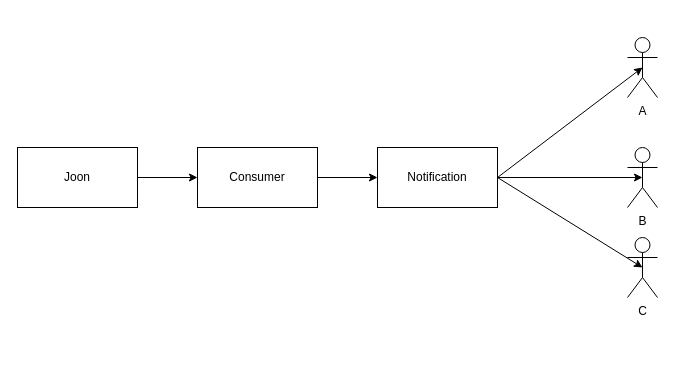
Above: Untitled Diagram.drawio in Duchieuctk41/learn_redis (draw.io), before the change. Source tidied: cells renumbered, new cells numbered last; positions are measured from the earlier drawing's top-left corner, leaving out a move shared by most shapes. Both pictures are drawn from the tidied source at 100%, with x=0, y=0 at pixel (17, 37).
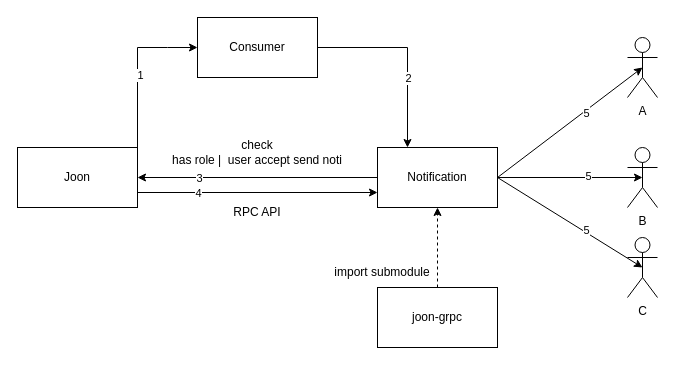
The same diagram, later.

Unchanged cells that the change refers to:
```xml
<mxCell id="4" value="Joon" style="rounded=0;whiteSpace=wrap;html=1;" parent="1" vertex="1">
  <mxGeometry y="110" width="120" height="60" as="geometry" />
</mxCell>
<mxCell id="5" value="Notification" style="rounded=0;whiteSpace=wrap;html=1;" parent="1" vertex="1">
  <mxGeometry x="360" y="110" width="120" height="60" as="geometry" />
</mxCell>
<mxCell id="10" style="endArrow=classic;html=1;rounded=0;exitX=1;exitY=0.5;exitDx=0;exitDy=0;entryX=0.5;entryY=0.5;entryDx=0;entryDy=0;entryPerimeter=0;" parent="1" edge="1" source="5" target="7">
  <mxGeometry relative="1" as="geometry" />
</mxCell>
<mxCell id="11" style="endArrow=classic;html=1;rounded=0;exitX=1;exitY=0.5;exitDx=0;exitDy=0;entryX=0.5;entryY=0.5;entryDx=0;entryDy=0;entryPerimeter=0;" parent="1" edge="1" source="5" target="8">
  <mxGeometry relative="1" as="geometry" />
</mxCell>
<mxCell id="12" style="endArrow=classic;html=1;rounded=0;exitX=1;exitY=0.5;exitDx=0;exitDy=0;entryX=0.5;entryY=0.5;entryDx=0;entryDy=0;entryPerimeter=0;" parent="1" edge="1" source="5" target="9">
  <mxGeometry relative="1" as="geometry" />
</mxCell>
```

Change to the diagram source:
```diff
@@
-    <mxCell id="2" style="edgeStyle=orthogonalEdgeStyle;rounded=0;jettySize=auto;html=1;entryX=0;entryY=0.5;entryDx=0;entryDy=0;" parent="1" edge="1" source="3" target="5">
+    <mxCell id="2" style="edgeStyle=orthogonalEdgeStyle;rounded=0;jettySize=auto;html=1;entryX=0.25;entryY=0;entryDx=0;entryDy=0;" parent="1" edge="1" source="3" target="5">
       <mxGeometry relative="1" as="geometry" />
     </mxCell>
+    <mxCell id="13" value="2" style="edgeLabel;html=1;align=center;verticalAlign=middle;" parent="2" vertex="1">
+      <mxGeometry y="-3" relative="1" as="geometry">
+        <mxPoint x="3" y="25" as="offset" />
+      </mxGeometry>
+    </mxCell>
     <mxCell id="3" value="Consumer" style="rounded=0;whiteSpace=wrap;html=1;" parent="1" vertex="1">
-      <mxGeometry x="180" y="110" width="120" height="60" as="geometry" />
+      <mxGeometry x="180" y="-20" width="120" height="60" as="geometry" />
     </mxCell>
+    <mxCell id="14" style="edgeStyle=orthogonalEdgeStyle;rounded=0;jettySize=auto;html=1;entryX=0;entryY=0.75;entryDx=0;entryDy=0;" parent="1" edge="1" source="4" target="5">
+      <mxGeometry relative="1" as="geometry">
+        <Array as="points">
+          <mxPoint x="180" y="155" />
+          <mxPoint x="180" y="155" />
+        </Array>
+      </mxGeometry>
+    </mxCell>
+    <mxCell id="15" value="4" style="edgeLabel;html=1;align=center;verticalAlign=middle;" parent="14" vertex="1">
+      <mxGeometry x="-0.24" relative="1" as="geometry">
+        <mxPoint x="-31" as="offset" />
+      </mxGeometry>
+    </mxCell>
@@
+    <mxCell id="16" style="edgeStyle=orthogonalEdgeStyle;rounded=0;jettySize=auto;html=1;entryX=1;entryY=0.5;entryDx=0;entryDy=0;" parent="1" edge="1" source="5" target="4">
+      <mxGeometry relative="1" as="geometry" />
+    </mxCell>
+    <mxCell id="17" value="3" style="edgeLabel;html=1;align=center;verticalAlign=middle;" parent="16" vertex="1">
+      <mxGeometry x="0.17" relative="1" as="geometry">
+        <mxPoint x="-39" as="offset" />
+      </mxGeometry>
+    </mxCell>
@@
-    <mxCell id="6" style="endArrow=classic;html=1;rounded=0;exitX=1;exitY=0.5;exitDx=0;exitDy=0;entryX=0;entryY=0.5;entryDx=0;entryDy=0;" parent="1" edge="1" source="4" target="3">
-      <mxGeometry relative="1" as="geometry" />
+    <mxCell id="6" style="endArrow=classic;html=1;rounded=0;exitX=1;exitY=0;exitDx=0;exitDy=0;entryX=0;entryY=0.5;entryDx=0;entryDy=0;" parent="1" edge="1" source="4" target="3">
+      <mxGeometry relative="1" as="geometry">
+        <Array as="points">
+          <mxPoint x="120" y="10" />
+          <mxPoint x="150" y="10" />
+        </Array>
+      </mxGeometry>
     </mxCell>
+    <mxCell id="18" value="1" style="edgeLabel;html=1;align=center;verticalAlign=middle;" parent="6" vertex="1">
+      <mxGeometry x="-0.09" y="-2" relative="1" as="geometry" />
+    </mxCell>
@@
+    <mxCell id="19" value="5" style="edgeLabel;html=1;align=center;verticalAlign=middle;" parent="10" vertex="1">
+      <mxGeometry x="0.2" y="-2" relative="1" as="geometry" />
+    </mxCell>
@@
+    <mxCell id="20" value="5" style="edgeLabel;html=1;align=center;verticalAlign=middle;" parent="11" vertex="1">
+      <mxGeometry x="0.24" y="2" relative="1" as="geometry" />
+    </mxCell>
@@
+    <mxCell id="21" value="5" style="edgeLabel;html=1;align=center;verticalAlign=middle;" parent="12" vertex="1">
+      <mxGeometry x="0.21" y="2" relative="1" as="geometry" />
+    </mxCell>
+    <mxCell id="22" value="check &lt;br&gt;has role |&amp;nbsp; user accept send noti" style="text;html=1;strokeColor=none;fillColor=none;align=center;verticalAlign=middle;whiteSpace=wrap;rounded=0;" parent="1" vertex="1">
+      <mxGeometry x="150" y="100" width="180" height="30" as="geometry" />
+    </mxCell>
+    <mxCell id="23" value="RPC API" style="text;html=1;strokeColor=none;fillColor=none;align=center;verticalAlign=middle;whiteSpace=wrap;rounded=0;" parent="1" vertex="1">
+      <mxGeometry x="150" y="160" width="180" height="30" as="geometry" />
+    </mxCell>
+    <mxCell id="24" style="edgeStyle=orthogonalEdgeStyle;rounded=0;jettySize=auto;html=1;entryX=0.5;entryY=1;entryDx=0;entryDy=0;dashed=1;" parent="1" edge="1" source="25" target="5">
+      <mxGeometry relative="1" as="geometry" />
+    </mxCell>
+    <mxCell id="25" value="joon-grpc" style="rounded=0;whiteSpace=wrap;html=1;" parent="1" vertex="1">
+      <mxGeometry x="360" y="250" width="120" height="60" as="geometry" />
+    </mxCell>
+    <mxCell id="26" value="import submodule" style="text;html=1;strokeColor=none;fillColor=none;align=center;verticalAlign=middle;whiteSpace=wrap;rounded=0;" parent="1" vertex="1">
+      <mxGeometry x="310" y="220" width="110" height="30" as="geometry" />
+    </mxCell>
```
